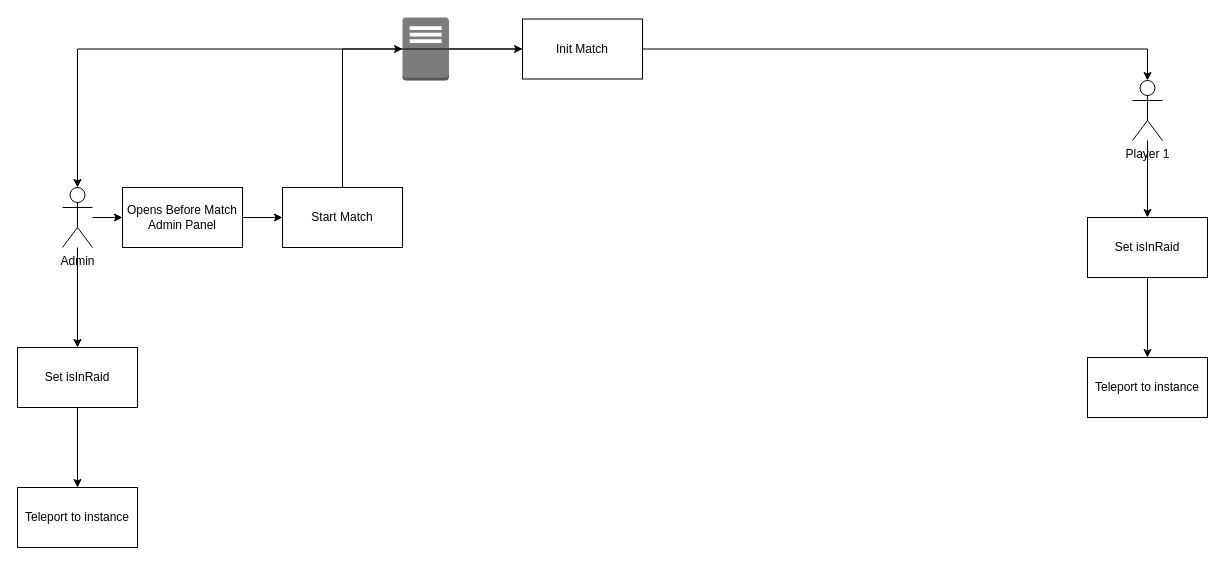
Above: dev/PZ-EFT.drawio in ZioPao/RemnantsOfKentucky (draw.io), before the change. Source tidied: cells renumbered, new cells numbered last; positions are measured from the earlier drawing's top-left corner, leaving out a move shared by most shapes. Both pictures are drawn from the tidied source at 100%, with x=0, y=0 at pixel (17, 17).
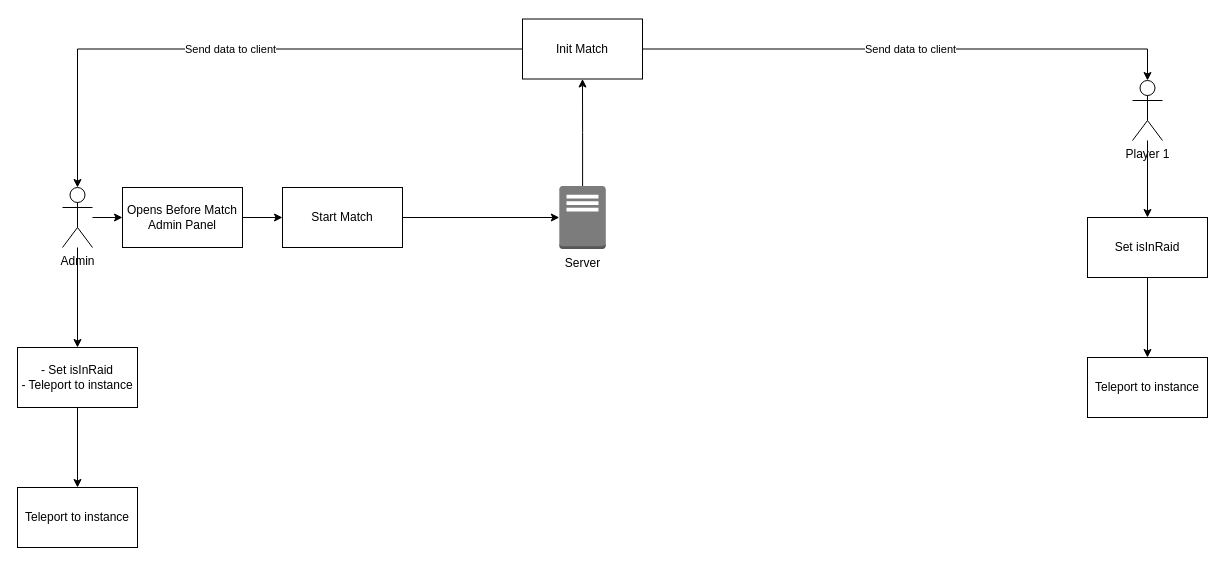
The same diagram, later.

Unchanged cells that the change refers to:
```xml
<mxCell id="4" value="Admin" style="shape=umlActor;verticalLabelPosition=bottom;verticalAlign=top;html=1;outlineConnect=0;" parent="1" vertex="1">
  <mxGeometry x="45" y="170" width="30" height="60" as="geometry" />
</mxCell>
<mxCell id="9" value="Player 1" style="shape=umlActor;verticalLabelPosition=bottom;verticalAlign=top;html=1;outlineConnect=0;" parent="1" vertex="1">
  <mxGeometry x="1115" y="63" width="30" height="60" as="geometry" />
</mxCell>
<mxCell id="15" value="Init Match" style="rounded=0;whiteSpace=wrap;html=1;" parent="1" vertex="1">
  <mxGeometry x="505" y="1.5" width="120" height="60" as="geometry" />
</mxCell>
```

Diff of the diagram source:
```diff
@@
-    <mxCell id="11" style="outlineConnect=0;dashed=0;verticalLabelPosition=bottom;verticalAlign=top;align=center;html=1;shape=mxgraph.aws3.traditional_server;fillColor=#7D7C7C;gradientColor=none;" parent="1" vertex="1">
-      <mxGeometry x="385" width="46.5" height="63" as="geometry" />
+    <mxCell id="11" value="Server" style="outlineConnect=0;dashed=0;verticalLabelPosition=bottom;verticalAlign=top;align=center;html=1;shape=mxgraph.aws3.traditional_server;fillColor=#7D7C7C;gradientColor=none;" parent="1" vertex="1">
+      <mxGeometry x="541.8" y="168.5" width="46.5" height="63" as="geometry" />
     </mxCell>
@@
-    <mxCell id="13" style="edgeStyle=orthogonalEdgeStyle;rounded=0;jettySize=auto;html=1;" parent="1" edge="1" source="15" target="9">
+    <mxCell id="13" value="Send data to client" style="edgeStyle=orthogonalEdgeStyle;rounded=0;jettySize=auto;html=1;" parent="1" edge="1" source="15" target="9">
       <mxGeometry relative="1" as="geometry" />
     </mxCell>
-    <mxCell id="14" style="edgeStyle=orthogonalEdgeStyle;rounded=0;jettySize=auto;html=1;" parent="1" edge="1" source="15" target="4">
+    <mxCell id="14" value="Send data to client" style="edgeStyle=orthogonalEdgeStyle;rounded=0;jettySize=auto;html=1;" parent="1" edge="1" source="15" target="4">
       <mxGeometry relative="1" as="geometry" />
     </mxCell>
@@
-    <mxCell id="20" value="Set isInRaid" style="rounded=0;whiteSpace=wrap;html=1;" parent="1" vertex="1">
+    <mxCell id="20" value="- Set isInRaid&lt;br&gt;- Teleport to instance" style="rounded=0;whiteSpace=wrap;html=1;" parent="1" vertex="1">
       <mxGeometry y="330" width="120" height="60" as="geometry" />
     </mxCell>
```
